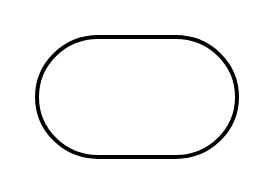
The draw.io diagram 微信自动回复.drawio in troywjz/AHA, before the edit. Source tidied: cells renumbered, new cells numbered last; positions are measured from the earlier drawing's top-left corner, leaving out a move shared by most shapes. Both pictures are drawn from the tidied source at 200%, with x=0, y=0 at pixel (36, 36).
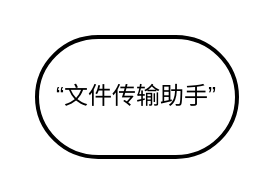
The same diagram, later.

Commit message (it also covers changes not shown here):
更新微信自动回复.drawio

What changed in the source:
```diff
@@
 <mxGraphModel>
   <root>
     <mxCell id="0" />
     <mxCell id="1" parent="0" />
-    <mxCell id="2" style="strokeWidth=2;html=1;shape=mxgraph.flowchart.terminator;whiteSpace=wrap;" parent="1" vertex="1">
+    <mxCell id="2" value="“文件传输助手”" style="strokeWidth=2;html=1;shape=mxgraph.flowchart.terminator;whiteSpace=wrap;" parent="1" vertex="1">
       <mxGeometry width="100" height="60" as="geometry" />
     </mxCell>
   </root>
 </mxGraphModel>
```
